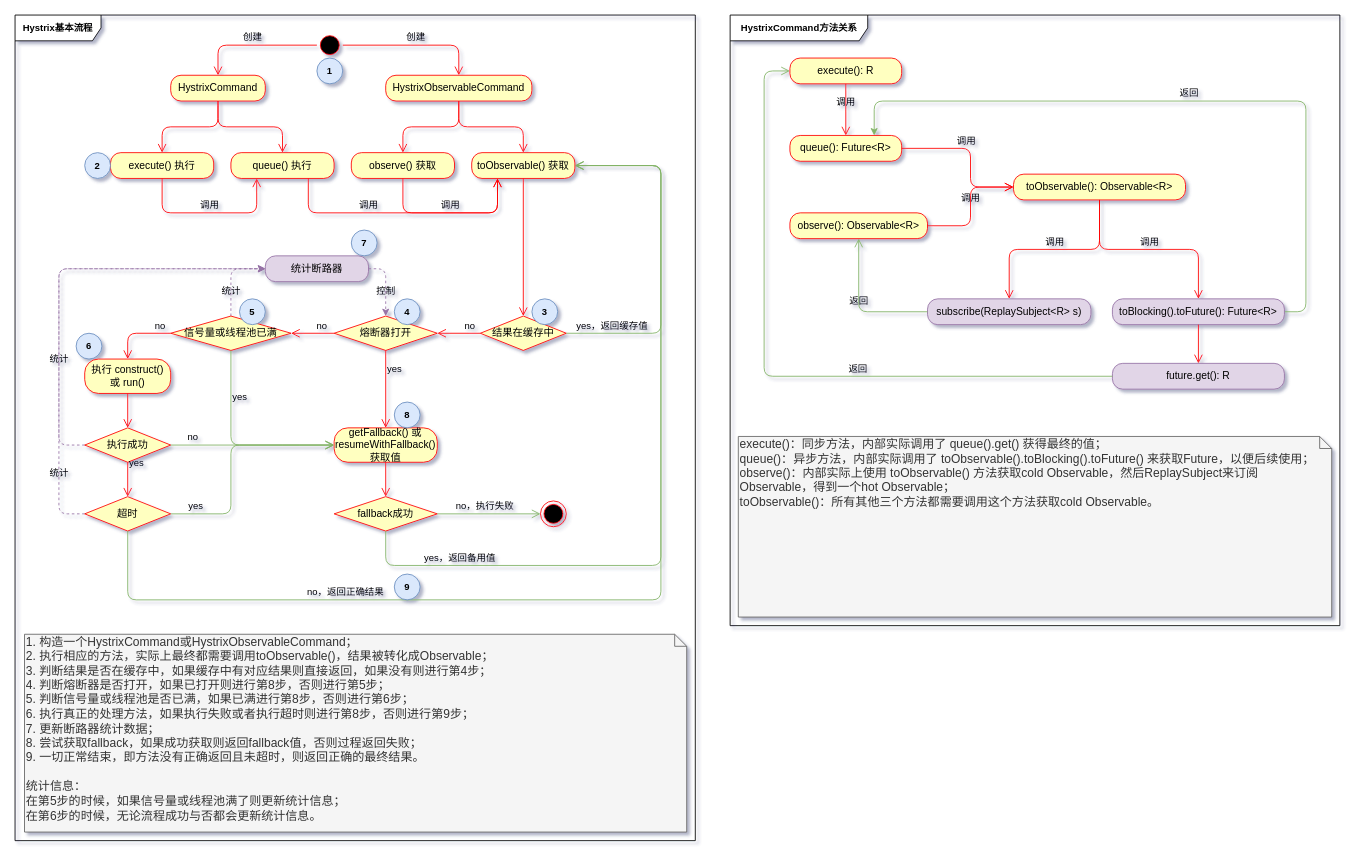
Earlier version of the draw.io diagram tyz-流程图.drawio (Woobhurk/tyz-pic-repo). Source tidied: cells renumbered, new cells numbered last; positions are measured from the earlier drawing's top-left corner, leaving out a move shared by most shapes. Both pictures are drawn from the tidied source at 86%, with x=0, y=0 at pixel (15, 15).
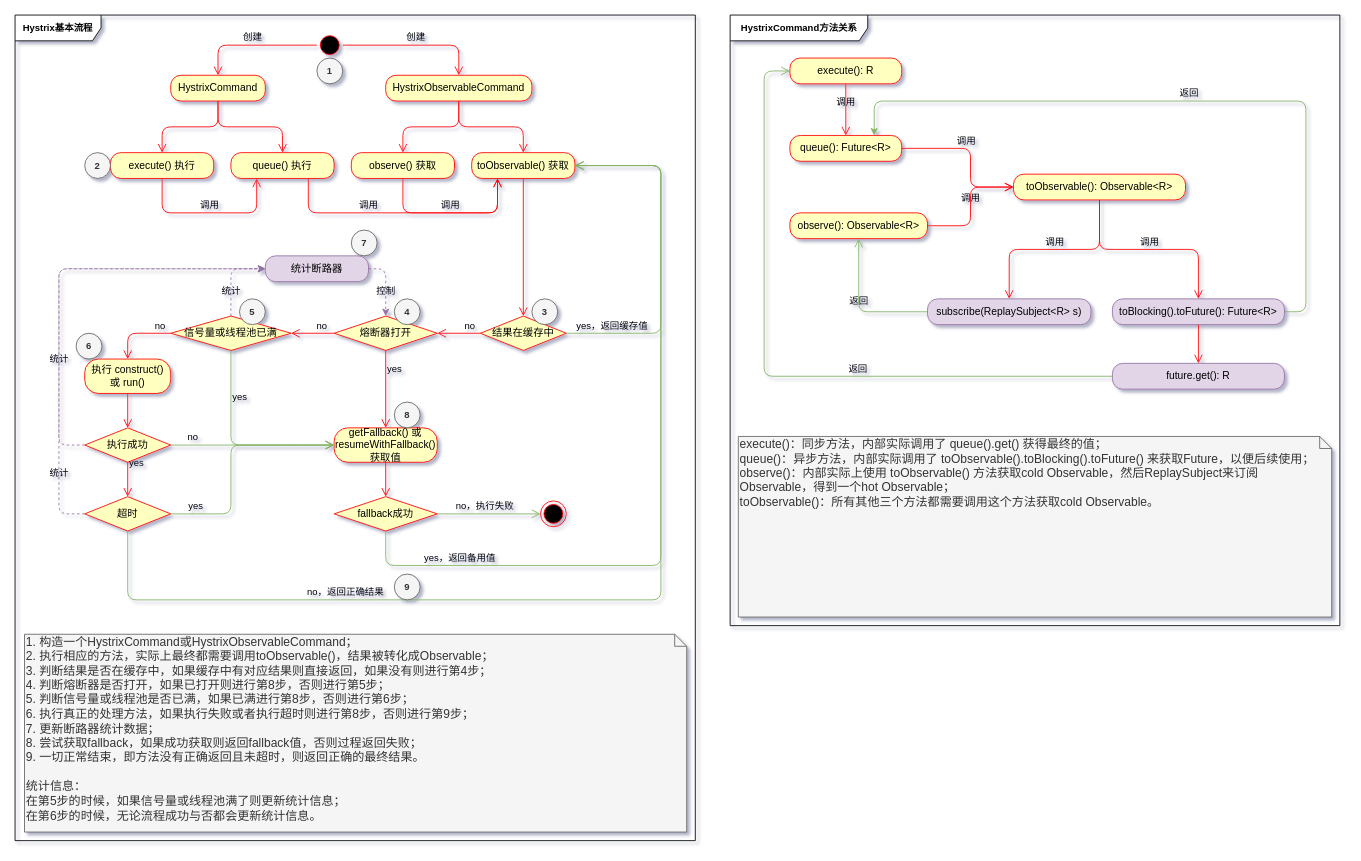
Above is the later version.

The edit, as a diff of the source:
```diff
@@
-    <mxCell id="49" value="&lt;b&gt;1&lt;/b&gt;" style="ellipse;whiteSpace=wrap;html=1;rounded=1;shadow=0;glass=0;labelBackgroundColor=none;strokeColor=#6c8ebf;fillColor=#dae8fc;fontSize=11;" parent="1" vertex="1">
+    <mxCell id="49" value="&lt;b&gt;1&lt;/b&gt;" style="ellipse;whiteSpace=wrap;html=1;rounded=1;shadow=0;glass=0;labelBackgroundColor=none;fontSize=11;fillColor=#f5f5f5;strokeColor=#666666;fontColor=#333333;" parent="1" vertex="1">
       <mxGeometry x="351" y="50" width="30" height="30" as="geometry" />
     </mxCell>
-    <mxCell id="50" value="&lt;b&gt;2&lt;/b&gt;" style="ellipse;whiteSpace=wrap;html=1;rounded=1;shadow=0;glass=0;labelBackgroundColor=none;strokeColor=#6c8ebf;fillColor=#dae8fc;fontSize=11;" parent="1" vertex="1">
+    <mxCell id="50" value="&lt;b&gt;2&lt;/b&gt;" style="ellipse;whiteSpace=wrap;html=1;rounded=1;shadow=0;glass=0;labelBackgroundColor=none;strokeColor=#666666;fillColor=#f5f5f5;fontSize=11;fontColor=#333333;" parent="1" vertex="1">
       <mxGeometry x="81" y="160" width="30" height="30" as="geometry" />
     </mxCell>
-    <mxCell id="51" value="&lt;b&gt;3&lt;/b&gt;" style="ellipse;whiteSpace=wrap;html=1;rounded=1;shadow=0;glass=0;labelBackgroundColor=none;strokeColor=#6c8ebf;fillColor=#dae8fc;fontSize=11;" parent="1" vertex="1">
+    <mxCell id="51" value="&lt;b&gt;3&lt;/b&gt;" style="ellipse;whiteSpace=wrap;html=1;rounded=1;shadow=0;glass=0;labelBackgroundColor=none;strokeColor=#666666;fillColor=#f5f5f5;fontSize=11;fontColor=#333333;" parent="1" vertex="1">
       <mxGeometry x="601" y="330" width="30" height="30" as="geometry" />
     </mxCell>
-    <mxCell id="52" value="&lt;b&gt;4&lt;/b&gt;" style="ellipse;whiteSpace=wrap;html=1;rounded=1;shadow=0;glass=0;labelBackgroundColor=none;strokeColor=#6c8ebf;fillColor=#dae8fc;fontSize=11;" parent="1" vertex="1">
+    <mxCell id="52" value="&lt;b&gt;4&lt;/b&gt;" style="ellipse;whiteSpace=wrap;html=1;rounded=1;shadow=0;glass=0;labelBackgroundColor=none;strokeColor=#666666;fillColor=#f5f5f5;fontSize=11;fontColor=#333333;" parent="1" vertex="1">
       <mxGeometry x="441" y="330" width="30" height="30" as="geometry" />
     </mxCell>
-    <mxCell id="53" value="&lt;b&gt;5&lt;/b&gt;" style="ellipse;whiteSpace=wrap;html=1;rounded=1;shadow=0;glass=0;labelBackgroundColor=none;strokeColor=#6c8ebf;fillColor=#dae8fc;fontSize=11;" parent="1" vertex="1">
+    <mxCell id="53" value="&lt;b&gt;5&lt;/b&gt;" style="ellipse;whiteSpace=wrap;html=1;rounded=1;shadow=0;glass=0;labelBackgroundColor=none;strokeColor=#666666;fillColor=#f5f5f5;fontSize=11;fontColor=#333333;" parent="1" vertex="1">
       <mxGeometry x="261" y="330" width="30" height="30" as="geometry" />
     </mxCell>
-    <mxCell id="54" value="&lt;b&gt;6&lt;/b&gt;" style="ellipse;whiteSpace=wrap;html=1;rounded=1;shadow=0;glass=0;labelBackgroundColor=none;strokeColor=#6c8ebf;fillColor=#dae8fc;fontSize=11;" parent="1" vertex="1">
+    <mxCell id="54" value="&lt;b&gt;6&lt;/b&gt;" style="ellipse;whiteSpace=wrap;html=1;rounded=1;shadow=0;glass=0;labelBackgroundColor=none;strokeColor=#666666;fillColor=#f5f5f5;fontSize=11;fontColor=#333333;" parent="1" vertex="1">
       <mxGeometry x="71" y="370" width="30" height="30" as="geometry" />
     </mxCell>
-    <mxCell id="55" value="&lt;b&gt;7&lt;/b&gt;" style="ellipse;whiteSpace=wrap;html=1;rounded=1;shadow=0;glass=0;labelBackgroundColor=none;strokeColor=#6c8ebf;fillColor=#dae8fc;fontSize=11;" parent="1" vertex="1">
+    <mxCell id="55" value="&lt;b&gt;7&lt;/b&gt;" style="ellipse;whiteSpace=wrap;html=1;rounded=1;shadow=0;glass=0;labelBackgroundColor=none;strokeColor=#666666;fillColor=#f5f5f5;fontSize=11;fontColor=#333333;" parent="1" vertex="1">
       <mxGeometry x="391" y="250" width="30" height="30" as="geometry" />
     </mxCell>
-    <mxCell id="56" value="&lt;b&gt;8&lt;/b&gt;" style="ellipse;whiteSpace=wrap;html=1;rounded=1;shadow=0;glass=0;labelBackgroundColor=none;strokeColor=#6c8ebf;fillColor=#dae8fc;fontSize=11;" parent="1" vertex="1">
+    <mxCell id="56" value="&lt;b&gt;8&lt;/b&gt;" style="ellipse;whiteSpace=wrap;html=1;rounded=1;shadow=0;glass=0;labelBackgroundColor=none;strokeColor=#666666;fillColor=#f5f5f5;fontSize=11;fontColor=#333333;" parent="1" vertex="1">
       <mxGeometry x="441" y="450" width="30" height="30" as="geometry" />
     </mxCell>
-    <mxCell id="57" value="&lt;b&gt;9&lt;/b&gt;" style="ellipse;whiteSpace=wrap;html=1;rounded=1;shadow=0;glass=0;labelBackgroundColor=none;strokeColor=#6c8ebf;fillColor=#dae8fc;fontSize=11;" parent="1" vertex="1">
+    <mxCell id="57" value="&lt;b&gt;9&lt;/b&gt;" style="ellipse;whiteSpace=wrap;html=1;rounded=1;shadow=0;glass=0;labelBackgroundColor=none;strokeColor=#666666;fillColor=#f5f5f5;fontSize=11;fontColor=#333333;" parent="1" vertex="1">
       <mxGeometry x="441" y="650" width="30" height="30" as="geometry" />
     </mxCell>
@@
-    <mxCell id="72" value="execute()：同步方法，内部实际调用了 queue().get() 获得最终的值；&lt;br&gt;queue()：异步方法，内部实际调用了 toObservable().toBlocking().toFuture() 来获取Future，以便后续使用；&lt;br&gt;observe()：内部实际上使用 toObservable() 方法获取cold Observable，然后ReplaySubject来订阅Observable，得到一个hot Observable；&lt;br&gt;toObservable()：所有其他三个方法都需要调用这个方法获取cold Observable。&lt;br&gt;" style="shape=note;whiteSpace=wrap;html=1;size=14;verticalAlign=top;align=left;spacingTop=-6;rounded=1;shadow=0;glass=0;labelBackgroundColor=none;strokeColor=#666666;fillColor=#f5f5f5;fontSize=14;fontColor=#333333;" parent="1" vertex="1">
+    <mxCell id="72" value="execute()：同步方法，内部实际调用了 queue().get() 获得最终的值；&lt;br&gt;queue()：异步方法，内部实际调用了 toObservable().toBlocking().toFuture() 来获取Future，以便后续使用；&lt;br&gt;observe()：内部实际上使用 toObservable() 方法获取cold Observable，然后ReplaySubject来订阅Observable，得到一个hot Observable；&lt;br&gt;toObservable()：所有其他三个方法都需要调用这个方法获取cold Observable。&lt;br&gt;" style="shape=note;whiteSpace=wrap;html=1;size=14;verticalAlign=top;align=left;spacingTop=-6;rounded=1;shadow=0;glass=0;labelBackgroundColor=none;strokeColor=#666666;fillColor=#f5f5f5;fontSize=14;fontColor=#333333;fontStyle=0;" parent="1" vertex="1">
       <mxGeometry x="841" y="490" width="690" height="210" as="geometry" />
     </mxCell>
```
